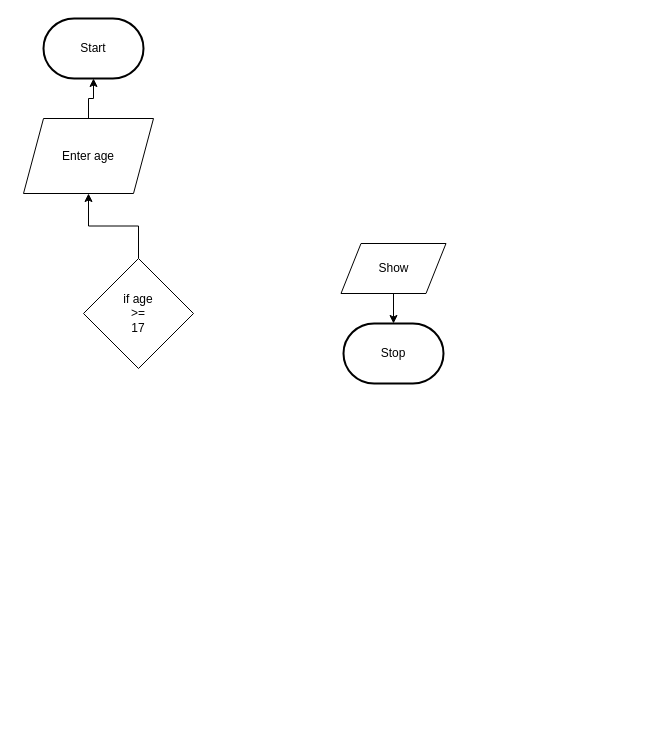
The draw.io diagram design/flowchart.drawio in MTHS-ICS2O-2-2022/ICS2O-Unit-5-03-janet-do, before the edit. Source tidied: cells renumbered, new cells numbered last; positions are measured from the earlier drawing's top-left corner, leaving out a move shared by most shapes. Both pictures are drawn from the tidied source at 100%, with x=0, y=0 at pixel (23, 18).
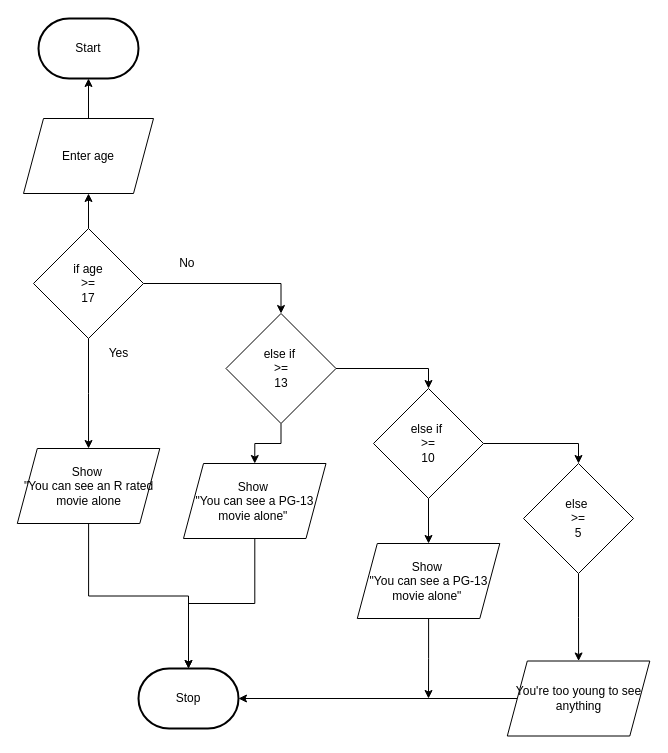
The same page after the edit.

What changed in the source:
```diff
@@
     <mxCell id="2" value="Start" style="strokeWidth=2;html=1;shape=mxgraph.flowchart.terminator;whiteSpace=wrap;" parent="1" vertex="1">
-      <mxGeometry x="20" width="100" height="60" as="geometry" />
+      <mxGeometry x="15" width="100" height="60" as="geometry" />
     </mxCell>
     <mxCell id="3" value="Stop" style="strokeWidth=2;html=1;shape=mxgraph.flowchart.terminator;whiteSpace=wrap;" parent="1" vertex="1">
-      <mxGeometry x="320" y="305" width="100" height="60" as="geometry" />
+      <mxGeometry x="115" y="650" width="100" height="60" as="geometry" />
     </mxCell>
@@
-    <mxCell id="6" style="edgeStyle=orthogonalEdgeStyle;shape=connector;rounded=0;html=1;exitX=0.5;exitY=1;exitDx=0;exitDy=0;entryX=0.5;entryY=0;entryDx=0;entryDy=0;entryPerimeter=0;labelBackgroundColor=default;strokeColor=default;fontFamily=Helvetica;fontSize=11;fontColor=default;endArrow=classic;" parent="1" edge="1" source="7" target="3">
+    <mxCell id="6" style="edgeStyle=orthogonalEdgeStyle;rounded=0;html=1;entryX=0.5;entryY=0;entryDx=0;entryDy=0;entryPerimeter=0;" parent="1" edge="1" source="7" target="3">
       <mxGeometry relative="1" as="geometry" />
     </mxCell>
-    <mxCell id="7" value="Show" style="shape=parallelogram;perimeter=parallelogramPerimeter;whiteSpace=wrap;html=1;fixedSize=1;" parent="1" vertex="1">
-      <mxGeometry x="317.5" y="225" width="105" height="50" as="geometry" />
+    <mxCell id="7" value="Show&amp;nbsp;&lt;br&gt;&quot;You can see an R rated movie alone" style="shape=parallelogram;perimeter=parallelogramPerimeter;whiteSpace=wrap;html=1;fixedSize=1;" parent="1" vertex="1">
+      <mxGeometry x="-6.2" y="430" width="142.5" height="75" as="geometry" />
     </mxCell>
@@
+    <mxCell id="10" style="edgeStyle=orthogonalEdgeStyle;rounded=0;html=1;entryX=0.5;entryY=0;entryDx=0;entryDy=0;" parent="1" edge="1" source="9" target="7">
+      <mxGeometry relative="1" as="geometry" />
+    </mxCell>
+    <mxCell id="11" style="edgeStyle=orthogonalEdgeStyle;rounded=0;html=1;entryX=0.5;entryY=0;entryDx=0;entryDy=0;" parent="1" edge="1" source="9" target="16">
+      <mxGeometry relative="1" as="geometry" />
+    </mxCell>
     <mxCell id="9" value="if age&lt;br&gt;&amp;gt;=&lt;br&gt;17" style="rhombus;whiteSpace=wrap;html=1;" parent="1" vertex="1">
-      <mxGeometry x="60" y="240" width="110" height="110" as="geometry" />
+      <mxGeometry x="10" y="210" width="110" height="110" as="geometry" />
     </mxCell>
+    <mxCell id="12" style="edgeStyle=orthogonalEdgeStyle;rounded=0;html=1;entryX=0.5;entryY=0;entryDx=0;entryDy=0;entryPerimeter=0;" parent="1" edge="1" source="13" target="3">
+      <mxGeometry relative="1" as="geometry" />
+    </mxCell>
+    <mxCell id="13" value="Show&amp;nbsp;&lt;br&gt;&quot;You can see a PG-13 movie alone&quot;&amp;nbsp;" style="shape=parallelogram;perimeter=parallelogramPerimeter;whiteSpace=wrap;html=1;fixedSize=1;" parent="1" vertex="1">
+      <mxGeometry x="160" y="445" width="142.5" height="75" as="geometry" />
+    </mxCell>
+    <mxCell id="14" style="edgeStyle=orthogonalEdgeStyle;rounded=0;html=1;entryX=0.5;entryY=0;entryDx=0;entryDy=0;" parent="1" edge="1" source="16" target="13">
+      <mxGeometry relative="1" as="geometry" />
+    </mxCell>
+    <mxCell id="15" style="edgeStyle=orthogonalEdgeStyle;rounded=0;html=1;entryX=0.5;entryY=0;entryDx=0;entryDy=0;" parent="1" edge="1" source="16" target="21">
+      <mxGeometry relative="1" as="geometry" />
+    </mxCell>
+    <mxCell id="16" value="else if&amp;nbsp;&lt;br&gt;&amp;gt;=&lt;br&gt;13" style="rhombus;whiteSpace=wrap;html=1;" parent="1" vertex="1">
+      <mxGeometry x="202.5" y="295" width="110" height="110" as="geometry" />
+    </mxCell>
+    <mxCell id="17" value="No&amp;nbsp;" style="text;html=1;align=center;verticalAlign=middle;strokeColor=none;fillColor=none;" parent="1" vertex="1">
+      <mxGeometry x="145" y="230" width="40" height="30" as="geometry" />
+    </mxCell>
+    <mxCell id="18" value="Yes" style="text;html=1;align=center;verticalAlign=middle;strokeColor=none;fillColor=none;" parent="1" vertex="1">
+      <mxGeometry x="75" y="320" width="40" height="30" as="geometry" />
+    </mxCell>
+    <mxCell id="19" style="edgeStyle=orthogonalEdgeStyle;rounded=0;html=1;entryX=0.5;entryY=0;entryDx=0;entryDy=0;" parent="1" edge="1" source="21" target="23">
+      <mxGeometry relative="1" as="geometry" />
+    </mxCell>
+    <mxCell id="20" style="edgeStyle=orthogonalEdgeStyle;rounded=0;html=1;entryX=0.5;entryY=0;entryDx=0;entryDy=0;" parent="1" edge="1" source="21" target="25">
+      <mxGeometry relative="1" as="geometry" />
+    </mxCell>
+    <mxCell id="21" value="else if&amp;nbsp;&lt;br&gt;&amp;gt;=&lt;br&gt;10" style="rhombus;whiteSpace=wrap;html=1;" parent="1" vertex="1">
+      <mxGeometry x="350" y="370" width="110" height="110" as="geometry" />
+    </mxCell>
+    <mxCell id="22" style="edgeStyle=orthogonalEdgeStyle;rounded=0;html=1;" parent="1" edge="1" source="23">
+      <mxGeometry relative="1" as="geometry">
+        <mxPoint x="405" y="680" as="targetPoint" />
+      </mxGeometry>
+    </mxCell>
+    <mxCell id="23" value="Show&amp;nbsp;&lt;br&gt;&quot;You can see a PG-13 movie alone&quot;&amp;nbsp;" style="shape=parallelogram;perimeter=parallelogramPerimeter;whiteSpace=wrap;html=1;fixedSize=1;" parent="1" vertex="1">
+      <mxGeometry x="333.8" y="525" width="142.5" height="75" as="geometry" />
+    </mxCell>
+    <mxCell id="24" style="edgeStyle=orthogonalEdgeStyle;rounded=0;html=1;" parent="1" edge="1" source="25" target="27">
+      <mxGeometry relative="1" as="geometry" />
+    </mxCell>
+    <mxCell id="25" value="else&amp;nbsp;&lt;br&gt;&amp;gt;=&lt;br&gt;5" style="rhombus;whiteSpace=wrap;html=1;" parent="1" vertex="1">
+      <mxGeometry x="500" y="445" width="110" height="110" as="geometry" />
+    </mxCell>
+    <mxCell id="26" style="edgeStyle=orthogonalEdgeStyle;rounded=0;html=1;" parent="1" edge="1" source="27" target="3">
+      <mxGeometry relative="1" as="geometry" />
+    </mxCell>
+    <mxCell id="27" value="You're too young to see anything" style="shape=parallelogram;perimeter=parallelogramPerimeter;whiteSpace=wrap;html=1;fixedSize=1;" parent="1" vertex="1">
+      <mxGeometry x="483.8" y="642.5" width="142.5" height="75" as="geometry" />
+    </mxCell>
```
